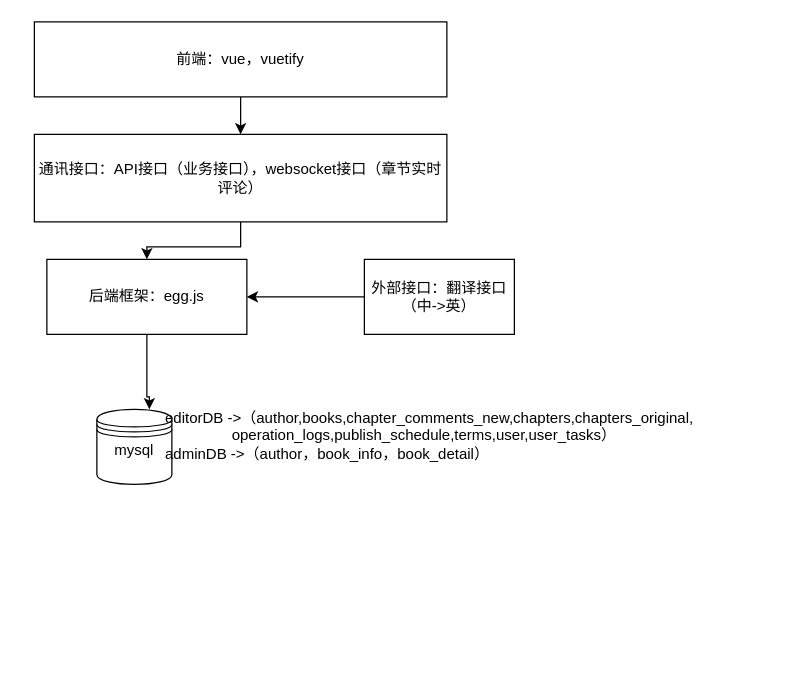
The draw.io diagram Untitled Diagram.drawio in happypd/test, before the edit. Source tidied: cells renumbered, new cells numbered last; positions are measured from the earlier drawing's top-left corner, leaving out a move shared by most shapes. Both pictures are drawn from the tidied source at 125%, with x=0, y=0 at pixel (34, 21).
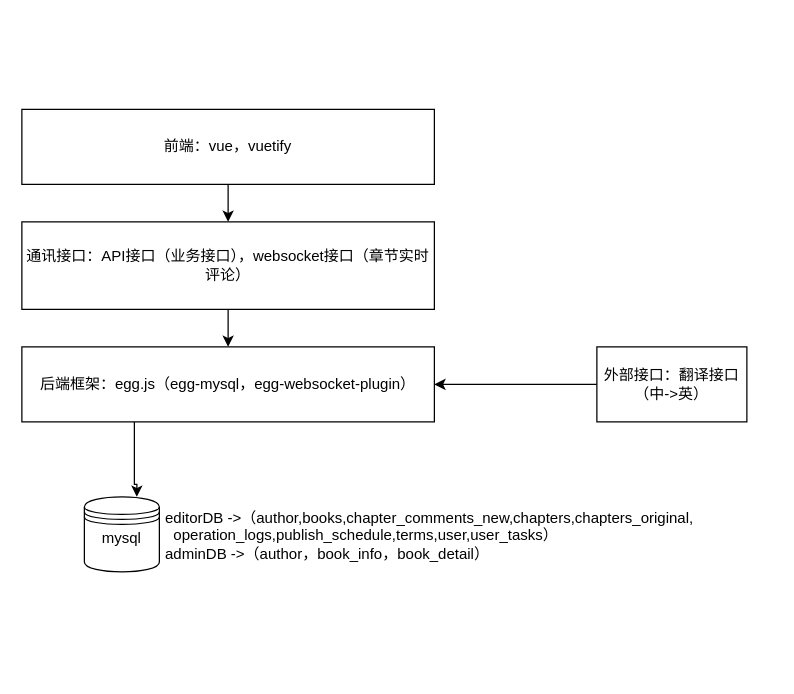
Above is the later version.

Diff of the diagram source:
```diff
@@
 <mxGraphModel>
   <root>
     <mxCell id="0" />
     <mxCell id="1" parent="0" />
     <mxCell id="2" value="&lt;div&gt;mysql&lt;/div&gt;&lt;div&gt;&lt;br&gt;&lt;/div&gt;" style="shape=datastore;whiteSpace=wrap;html=1;" parent="1" vertex="1">
-      <mxGeometry x="50" y="310" width="60" height="60" as="geometry" />
+      <mxGeometry x="40" y="380" width="60" height="60" as="geometry" />
     </mxCell>
-    <mxCell id="3" value="&lt;div&gt;editorDB -&amp;gt;（author,books,chapter_comments_new,chapters,chapters_original,&lt;/div&gt;&lt;div&gt;&lt;span style=&quot;white-space: pre;&quot;&gt;&#9;&lt;/span&gt;&lt;span style=&quot;white-space: pre;&quot;&gt;&#9;&lt;/span&gt;operation_logs,publish_schedule,terms,user,user_tasks）&lt;/div&gt;adminDB -&amp;gt;（author，book_info，book_detail）" style="text;html=1;strokeColor=none;fillColor=none;spacing=5;spacingTop=-20;whiteSpace=wrap;overflow=hidden;rounded=0;" parent="1" vertex="1">
-      <mxGeometry x="100" y="320" width="490" height="120" as="geometry" />
+    <mxCell id="3" value="&lt;div&gt;editorDB -&amp;gt;（author,books,chapter_comments_new,chapters,chapters_original,&lt;/div&gt;&lt;div&gt;&lt;span style=&quot;white-space: pre;&quot;&gt; &lt;/span&gt;&lt;span style=&quot;white-space: pre;&quot;&gt; &lt;/span&gt;operation_logs,publish_schedule,terms,user,user_tasks）&lt;/div&gt;adminDB -&amp;gt;（author，book_info，book_detail）" style="text;html=1;strokeColor=none;fillColor=none;spacing=5;spacingTop=-20;whiteSpace=wrap;overflow=hidden;rounded=0;" parent="1" vertex="1">
+      <mxGeometry x="100" y="400" width="490" height="120" as="geometry" />
     </mxCell>
     <mxCell id="4" style="edgeStyle=orthogonalEdgeStyle;rounded=0;jettySize=auto;html=1;entryX=0.7;entryY=0;entryDx=0;entryDy=0;entryPerimeter=0;" parent="1" edge="1" source="5" target="2">
       <mxGeometry relative="1" as="geometry">
         <Array as="points">
-          <mxPoint x="90" y="300" />
+          <mxPoint x="80" y="370" />
         </Array>
       </mxGeometry>
     </mxCell>
-    <mxCell id="5" value="后端框架：egg.js" style="rounded=0;whiteSpace=wrap;html=1;" parent="1" vertex="1">
-      <mxGeometry x="10" y="190" width="160" height="60" as="geometry" />
+    <mxCell id="5" value="后端框架：egg.js（egg-mysql，egg-websocket-plugin）" style="rounded=0;whiteSpace=wrap;html=1;" parent="1" vertex="1">
+      <mxGeometry x="-10" y="260" width="330" height="60" as="geometry" />
     </mxCell>
     <mxCell id="6" style="edgeStyle=orthogonalEdgeStyle;rounded=0;jettySize=auto;html=1;" parent="1" edge="1" source="7" target="5">
       <mxGeometry relative="1" as="geometry" />
     </mxCell>
     <mxCell id="7" value="外部接口：翻译接口（中-&amp;gt;英）" style="rounded=0;whiteSpace=wrap;html=1;" parent="1" vertex="1">
-      <mxGeometry x="264" y="190" width="120" height="60" as="geometry" />
+      <mxGeometry x="450" y="260" width="120" height="60" as="geometry" />
     </mxCell>
     <mxCell id="8" style="edgeStyle=orthogonalEdgeStyle;rounded=0;jettySize=auto;html=1;" parent="1" edge="1" source="9" target="5">
       <mxGeometry relative="1" as="geometry" />
     </mxCell>
     <mxCell id="9" value="通讯接口：API接口（业务接口），websocket接口（章节实时评论）" style="rounded=0;whiteSpace=wrap;html=1;" parent="1" vertex="1">
-      <mxGeometry y="90" width="330" height="70" as="geometry" />
+      <mxGeometry x="-10" y="160" width="330" height="70" as="geometry" />
     </mxCell>
     <mxCell id="10" style="edgeStyle=orthogonalEdgeStyle;rounded=0;jettySize=auto;html=1;" parent="1" edge="1" source="11" target="9">
       <mxGeometry relative="1" as="geometry" />
     </mxCell>
     <mxCell id="11" value="前端：vue，vuetify" style="rounded=0;whiteSpace=wrap;html=1;" parent="1" vertex="1">
-      <mxGeometry width="330" height="60" as="geometry" />
+      <mxGeometry x="-10" y="70" width="330" height="60" as="geometry" />
     </mxCell>
   </root>
 </mxGraphModel>
```
